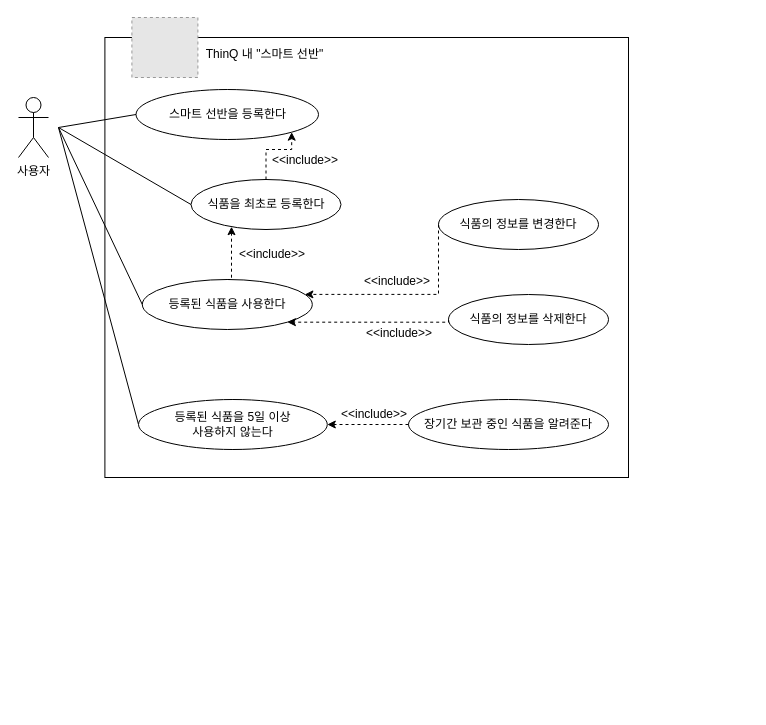
Before: 유스케이스 다이어그램.drawio in coin-cidence/FT_ieland_Introduce, a draw.io diagram. Source tidied: cells renumbered, new cells numbered last; positions are measured from the earlier drawing's top-left corner, leaving out a move shared by most shapes. Both pictures are drawn from the tidied source at 100%, with x=0, y=0 at pixel (18, 17). Pictures stored in the file or linked from it are replaced by grey dashed boxes.
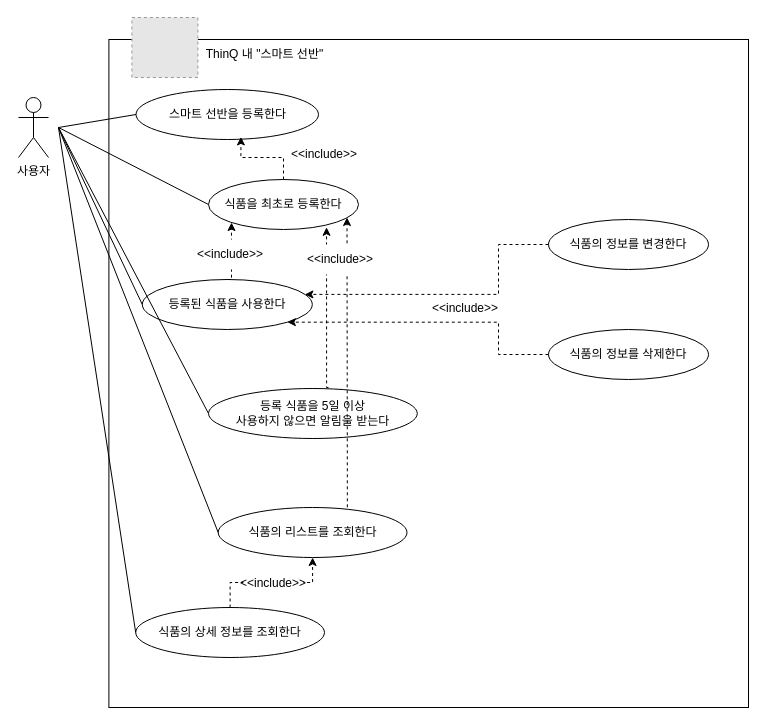
The same page after the edit.

Commit message:
유스케이스 다이어그램.drawio 업데이트

The change refers to these unchanged cells:
```xml
<mxCell id="5" value="스마트 선반을 등록한다" style="ellipse;whiteSpace=wrap;html=1;" parent="1" vertex="1">
  <mxGeometry x="117.5" y="72" width="182.5" height="50" as="geometry" />
</mxCell>
<mxCell id="6" value="등록된 식품을 사용한다" style="ellipse;whiteSpace=wrap;html=1;" parent="1" vertex="1">
  <mxGeometry x="123.8" y="262" width="170" height="50" as="geometry" />
</mxCell>
```

What changed in the source:
```diff
@@
     <mxCell id="2" style="rounded=0;whiteSpace=wrap;html=1;" parent="1" vertex="1">
-      <mxGeometry x="86.4" y="20" width="523.6" height="440" as="geometry" />
+      <mxGeometry x="90.4" y="22" width="639.6" height="668" as="geometry" />
     </mxCell>
@@
     <mxCell id="7" value="식품을 최초로 등록한다" style="ellipse;whiteSpace=wrap;html=1;" parent="1" vertex="1">
-      <mxGeometry x="172.5" y="162" width="150" height="50" as="geometry" />
+      <mxGeometry x="190" y="162" width="150" height="50" as="geometry" />
     </mxCell>
-    <mxCell id="8" value="장기간 보관 중인 식품을 알려준다" style="ellipse;whiteSpace=wrap;html=1;" parent="1" vertex="1">
-      <mxGeometry x="390" y="382" width="200" height="50" as="geometry" />
-    </mxCell>
-    <mxCell id="9" style="edgeStyle=orthogonalEdgeStyle;rounded=0;jettySize=auto;html=1;entryX=1;entryY=1;entryDx=0;entryDy=0;strokeColor=default;dashed=1;exitX=0.5;exitY=0;exitDx=0;exitDy=0;" parent="1" edge="1" source="7" target="5">
-      <mxGeometry relative="1" as="geometry">
-        <Array as="points">
-          <mxPoint x="248" y="132" />
-          <mxPoint x="273" y="132" />
-        </Array>
-      </mxGeometry>
-    </mxCell>
     <mxCell id="10" value="식품의 정보를 변경한다" style="ellipse;whiteSpace=wrap;html=1;" parent="1" vertex="1">
-      <mxGeometry x="420" y="182" width="160" height="50" as="geometry" />
+      <mxGeometry x="530" y="202" width="160" height="50" as="geometry" />
     </mxCell>
     <mxCell id="11" value="식품의 정보를 삭제한다" style="ellipse;whiteSpace=wrap;html=1;" parent="1" vertex="1">
-      <mxGeometry x="430" y="277" width="160" height="50" as="geometry" />
+      <mxGeometry x="530" y="312" width="160" height="50" as="geometry" />
     </mxCell>
@@
     <mxCell id="14" style="edgeStyle=orthogonalEdgeStyle;rounded=0;jettySize=auto;html=1;entryX=0.898;entryY=0.247;entryDx=0;entryDy=0;strokeColor=default;dashed=1;exitX=0;exitY=0.5;exitDx=0;exitDy=0;entryPerimeter=0;" parent="1" edge="1" source="10">
       <mxGeometry relative="1" as="geometry">
         <mxPoint x="286.4" y="276.9" as="targetPoint" />
         <Array as="points">
-          <mxPoint x="420" y="277" />
+          <mxPoint x="480" y="227" />
+          <mxPoint x="480" y="277" />
         </Array>
       </mxGeometry>
     </mxCell>
     <mxCell id="15" style="edgeStyle=orthogonalEdgeStyle;rounded=0;jettySize=auto;html=1;entryX=1;entryY=1;entryDx=0;entryDy=0;strokeColor=default;dashed=1;exitX=0;exitY=0.5;exitDx=0;exitDy=0;" parent="1" edge="1" source="11" target="6">
       <mxGeometry relative="1" as="geometry">
         <Array as="points">
-          <mxPoint x="430" y="305" />
+          <mxPoint x="480" y="337" />
+          <mxPoint x="480" y="305" />
         </Array>
       </mxGeometry>
     </mxCell>
-    <mxCell id="16" value="&amp;lt;&amp;lt;include&amp;gt;&amp;gt;" style="text;html=1;align=center;verticalAlign=middle;whiteSpace=wrap;rounded=0;" parent="1" vertex="1">
-      <mxGeometry x="349" y="249" width="60" height="30" as="geometry" />
-    </mxCell>
     <mxCell id="17" value="&amp;lt;&amp;lt;include&amp;gt;&amp;gt;" style="text;html=1;align=center;verticalAlign=middle;whiteSpace=wrap;rounded=0;" parent="1" vertex="1">
-      <mxGeometry x="351" y="301" width="60" height="30" as="geometry" />
+      <mxGeometry x="417" y="276" width="60" height="30" as="geometry" />
     </mxCell>
     <mxCell id="18" value="&amp;lt;&amp;lt;include&amp;gt;&amp;gt;" style="text;html=1;align=center;verticalAlign=middle;whiteSpace=wrap;rounded=0;" parent="1" vertex="1">
-      <mxGeometry x="257" y="128" width="60" height="30" as="geometry" />
+      <mxGeometry x="276.2" y="122" width="60" height="30" as="geometry" />
     </mxCell>
-    <mxCell id="19" value="&amp;lt;&amp;lt;include&amp;gt;&amp;gt;" style="text;html=1;align=center;verticalAlign=middle;whiteSpace=wrap;rounded=0;" parent="1" vertex="1">
-      <mxGeometry x="224" y="222" width="60" height="30" as="geometry" />
-    </mxCell>
@@
-    <mxCell id="21" value="등록된 식품을 5일 이상&lt;div&gt;&lt;span style=&quot;background-color: initial;&quot;&gt;사용하지 않는다&lt;/span&gt;&lt;/div&gt;" style="ellipse;whiteSpace=wrap;html=1;" parent="1" vertex="1">
-      <mxGeometry x="120" y="382" width="188.8" height="50" as="geometry" />
+    <mxCell id="21" value="등록 식품을 5일 이상&lt;div&gt;&lt;span style=&quot;background-color: initial;&quot;&gt;사용하지 않으면 알림을 받는다&lt;/span&gt;&lt;/div&gt;" style="ellipse;whiteSpace=wrap;html=1;" parent="1" vertex="1">
+      <mxGeometry x="190" y="371" width="208.8" height="50" as="geometry" />
     </mxCell>
-    <mxCell id="22" style="edgeStyle=orthogonalEdgeStyle;rounded=0;jettySize=auto;html=1;strokeColor=default;dashed=1;exitX=0;exitY=0.5;exitDx=0;exitDy=0;entryX=1;entryY=0.5;entryDx=0;entryDy=0;" parent="1" edge="1" source="8" target="21">
-      <mxGeometry relative="1" as="geometry" />
-    </mxCell>
-    <mxCell id="23" value="&amp;lt;&amp;lt;include&amp;gt;&amp;gt;" style="text;html=1;align=center;verticalAlign=middle;whiteSpace=wrap;rounded=0;" parent="1" vertex="1">
-      <mxGeometry x="325.5" y="382" width="60" height="30" as="geometry" />
-    </mxCell>
@@
+    <mxCell id="27" value="식품의 리스트를 조회한다" style="ellipse;whiteSpace=wrap;html=1;" parent="1" vertex="1">
+      <mxGeometry x="199.7" y="490" width="188.8" height="50" as="geometry" />
+    </mxCell>
+    <mxCell id="28" value="식품의 상세 정보를 조회한다" style="ellipse;whiteSpace=wrap;html=1;" parent="1" vertex="1">
+      <mxGeometry x="117.2" y="590" width="188.8" height="50" as="geometry" />
+    </mxCell>
+    <mxCell id="29" style="endArrow=none;html=1;rounded=0;entryX=0;entryY=0.5;entryDx=0;entryDy=0;" parent="1" edge="1" target="27">
+      <mxGeometry relative="1" as="geometry">
+        <mxPoint x="40" y="110" as="sourcePoint" />
+      </mxGeometry>
+    </mxCell>
+    <mxCell id="30" style="endArrow=none;html=1;rounded=0;entryX=0;entryY=0.5;entryDx=0;entryDy=0;" parent="1" edge="1" target="28">
+      <mxGeometry relative="1" as="geometry">
+        <mxPoint x="40" y="110" as="sourcePoint" />
+      </mxGeometry>
+    </mxCell>
+    <mxCell id="31" style="edgeStyle=orthogonalEdgeStyle;rounded=0;jettySize=auto;html=1;strokeColor=default;dashed=1;exitX=0.5;exitY=0;exitDx=0;exitDy=0;entryX=0.5;entryY=1;entryDx=0;entryDy=0;" parent="1" edge="1" source="28" target="27">
+      <mxGeometry relative="1" as="geometry" />
+    </mxCell>
+    <mxCell id="9" style="edgeStyle=orthogonalEdgeStyle;rounded=0;jettySize=auto;html=1;strokeColor=default;dashed=1;exitX=0.5;exitY=0;exitDx=0;exitDy=0;entryX=0.575;entryY=0.948;entryDx=0;entryDy=0;entryPerimeter=0;" parent="1" edge="1" source="7" target="5">
+      <mxGeometry relative="1" as="geometry">
+        <Array as="points">
+          <mxPoint x="265" y="140" />
+          <mxPoint x="222" y="140" />
+        </Array>
+      </mxGeometry>
+    </mxCell>
+    <mxCell id="32" style="edgeStyle=orthogonalEdgeStyle;rounded=0;jettySize=auto;html=1;strokeColor=default;dashed=1;entryX=0.787;entryY=0.956;entryDx=0;entryDy=0;entryPerimeter=0;" parent="1" edge="1" target="7">
+      <mxGeometry relative="1" as="geometry">
+        <mxPoint x="310" y="370" as="sourcePoint" />
+        <Array as="points">
+          <mxPoint x="308" y="370" />
+        </Array>
+      </mxGeometry>
+    </mxCell>
+    <mxCell id="33" style="edgeStyle=orthogonalEdgeStyle;rounded=0;jettySize=auto;html=1;strokeColor=default;dashed=1;entryX=0.787;entryY=0.956;entryDx=0;entryDy=0;entryPerimeter=0;exitX=0.684;exitY=-0.004;exitDx=0;exitDy=0;exitPerimeter=0;" parent="1" edge="1" source="27">
+      <mxGeometry relative="1" as="geometry">
+        <mxPoint x="328.5" y="200" as="targetPoint" />
+        <Array as="points">
+          <mxPoint x="329" y="430" />
+          <mxPoint x="329" y="430" />
+        </Array>
+      </mxGeometry>
+    </mxCell>
+    <mxCell id="34" value="&amp;lt;&amp;lt;include&amp;gt;&amp;gt;" style="text;html=1;align=center;verticalAlign=middle;whiteSpace=wrap;rounded=0;fillColor=default;" parent="1" vertex="1">
+      <mxGeometry x="292.2" y="227" width="60" height="30" as="geometry" />
+    </mxCell>
+    <mxCell id="19" value="&amp;lt;&amp;lt;include&amp;gt;&amp;gt;" style="text;html=1;align=center;verticalAlign=middle;whiteSpace=wrap;rounded=0;fillColor=default;" parent="1" vertex="1">
+      <mxGeometry x="181.6" y="222" width="60" height="30" as="geometry" />
+    </mxCell>
+    <mxCell id="35" value="&amp;lt;&amp;lt;include&amp;gt;&amp;gt;" style="text;html=1;align=center;verticalAlign=middle;whiteSpace=wrap;rounded=0;fillColor=default;" parent="1" vertex="1">
+      <mxGeometry x="224.9" y="551" width="60" height="30" as="geometry" />
+    </mxCell>
```
